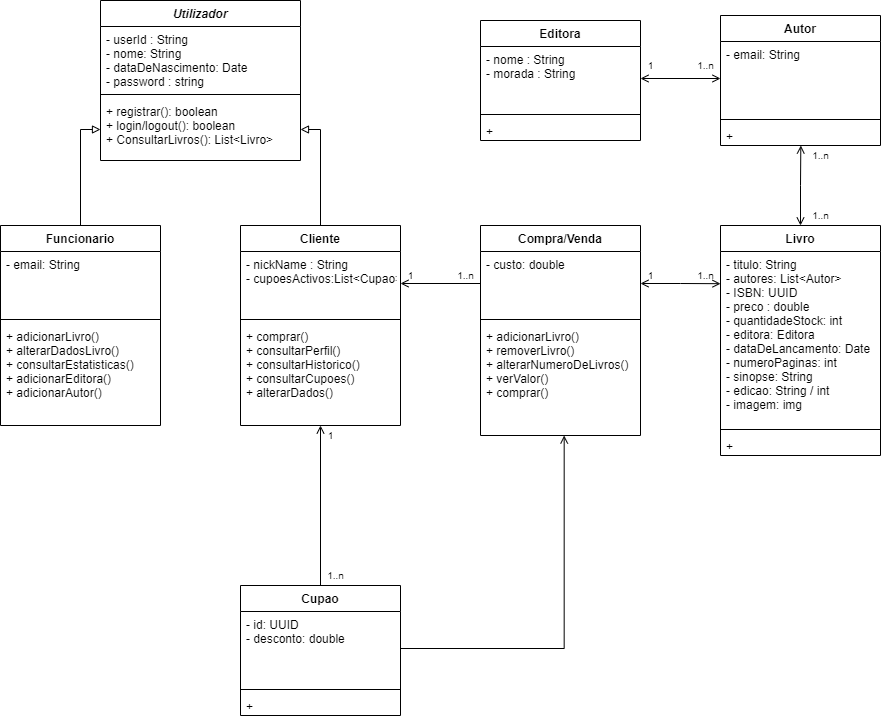
Above: Sprints/Projecto_Livraria_UML.png in ricardogouvjava/Projecto-Livraria-Requalificar (draw.io), before the change. Source tidied: cells renumbered, new cells last; positions are measured from the earlier drawing's top-left corner, leaving out a move shared by most shapes.
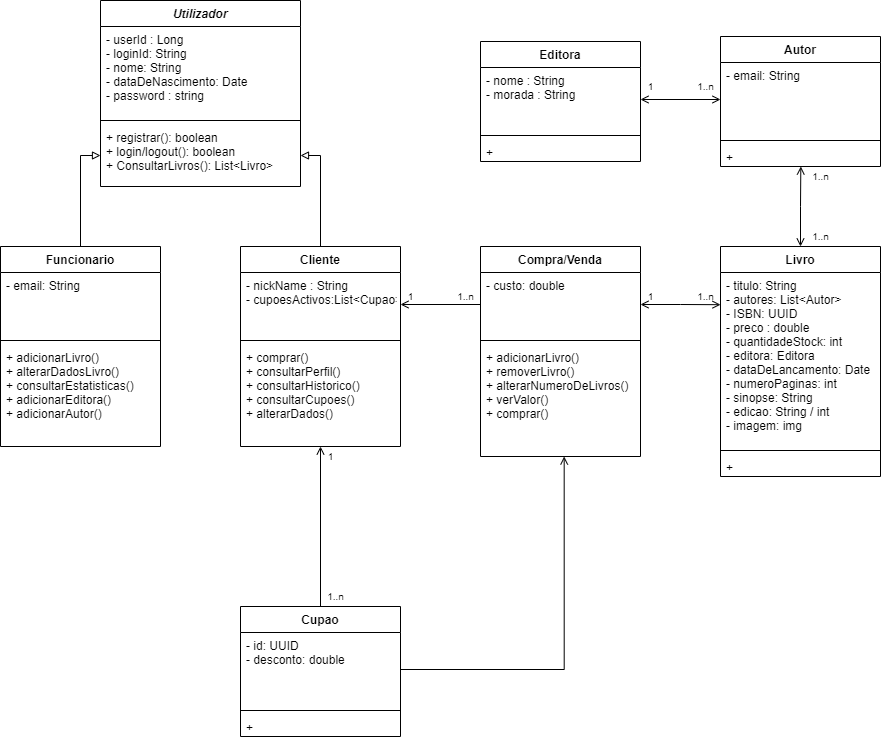
The same diagram one commit later.

Diff of the diagram source:
```diff
@@ -30,16 +30,16 @@
       <mxGeometry y="98" width="160" height="102" as="geometry" />
     </mxCell>
     <mxCell id="11" value="Utilizador" style="swimlane;fontStyle=3;align=center;verticalAlign=top;horizontal=1;startSize=26;" parent="1" vertex="1">
-      <mxGeometry x="100" width="200" height="160" as="geometry" />
+      <mxGeometry x="100" y="-21" width="200" height="186" as="geometry" />
     </mxCell>
-    <mxCell id="12" value="- userId : String&#10;- nome: String&#10;- dataDeNascimento: Date&#10;- password : string" style="text;strokeColor=none;fillColor=none;align=left;verticalAlign=top;spacingLeft=4;spacingRight=4;overflow=hidden;" parent="11" vertex="1">
-      <mxGeometry y="26" width="200" height="64" as="geometry" />
+    <mxCell id="12" value="- userId : Long&#10;- loginId: String&#10;- nome: String&#10;- dataDeNascimento: Date&#10;- password : string" style="text;strokeColor=none;fillColor=none;align=left;verticalAlign=top;spacingLeft=4;spacingRight=4;overflow=hidden;" parent="11" vertex="1">
+      <mxGeometry y="26" width="200" height="90" as="geometry" />
     </mxCell>
     <mxCell id="13" style="line;strokeWidth=1;fillColor=none;align=left;verticalAlign=middle;spacingTop=-1;spacingLeft=3;spacingRight=3;labelPosition=right;" parent="11" vertex="1">
-      <mxGeometry y="90" width="200" height="8" as="geometry" />
+      <mxGeometry y="116" width="200" height="8" as="geometry" />
     </mxCell>
     <mxCell id="14" value="+ registrar(): boolean&#10;+ login/logout(): boolean&#10;+ ConsultarLivros(): List&lt;Livro&gt;" style="text;strokeColor=none;fillColor=none;align=left;verticalAlign=top;spacingLeft=4;spacingRight=4;overflow=hidden;points=[[0,0.5],[1,0.5]];portConstraint=eastwest;" parent="11" vertex="1">
-      <mxGeometry y="98" width="200" height="62" as="geometry" />
+      <mxGeometry y="124" width="200" height="62" as="geometry" />
     </mxCell>
     <mxCell id="15" value="Compra/Venda" style="swimlane;fontStyle=1;align=center;verticalAlign=top;horizontal=1;startSize=26;" parent="1" vertex="1">
       <mxGeometry x="480" y="225" width="160" height="210" as="geometry" />
```
